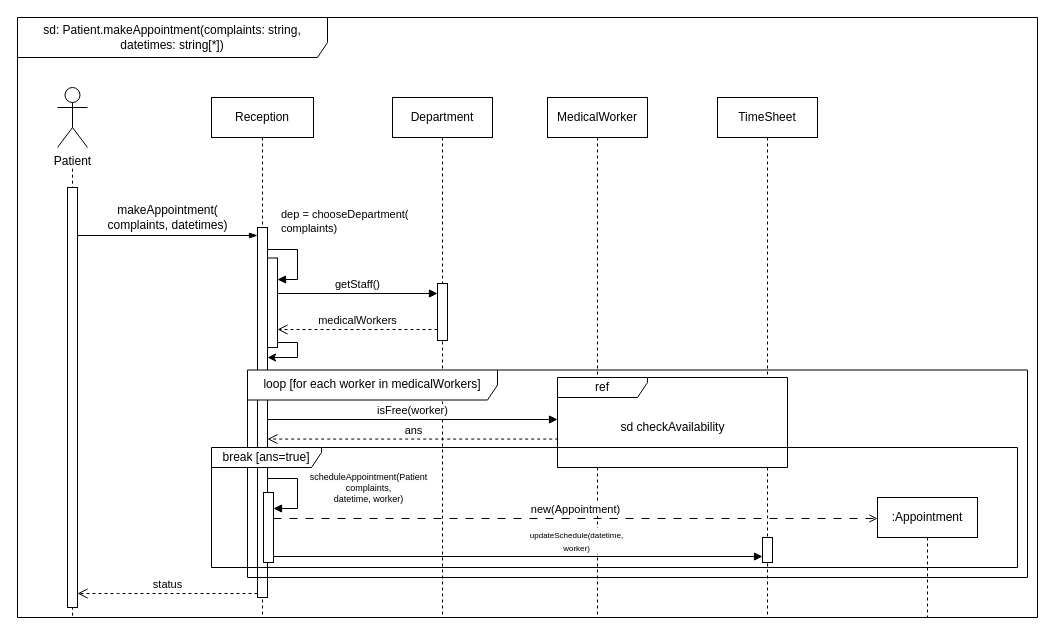
Above: page "SD1" (1 of 3) of lab2/.drawio/SD.drawio in nedeadinside/oaoaoaoaoaoaoaoa (draw.io), before the change. Source tidied: cells renumbered, new cells numbered last; positions are measured from the earlier drawing's top-left corner, leaving out a move shared by most shapes. Both pictures are drawn from the tidied source at 100%, with x=0, y=0 at pixel (17, 17).
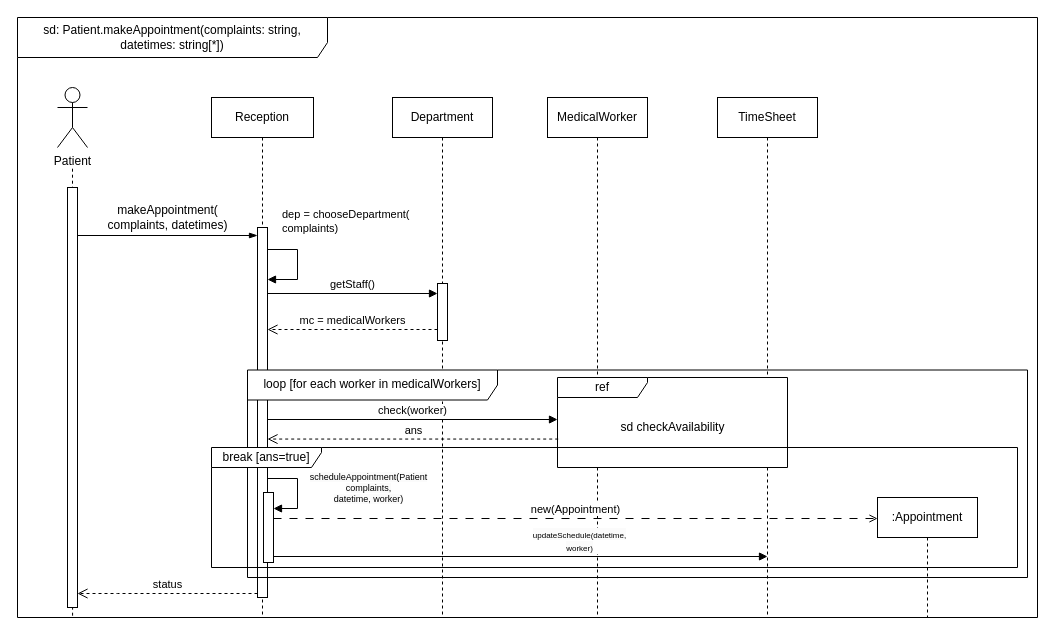
After the change.

Unchanged cells that the change refers to:
```xml
<mxCell id="4" value="TimeSheet" style="shape=umlLifeline;perimeter=lifelinePerimeter;whiteSpace=wrap;html=1;newEdgeStyle={&quot;curved&quot;:0,&quot;rounded&quot;:0};" parent="1" vertex="1">
  <mxGeometry x="700" y="80" width="100" height="520" as="geometry" />
</mxCell>
<mxCell id="12" style="html=1;points=[[0,0,0,0,5],[0,1,0,0,-5],[1,0,0,0,5],[1,1,0,0,-5]];perimeter=orthogonalPerimeter;outlineConnect=0;targetShapes=umlLifeline;portConstraint=eastwest;newEdgeStyle={&quot;curved&quot;:0,&quot;rounded&quot;:0};" parent="1" vertex="1">
  <mxGeometry x="240" y="210" width="10" height="370" as="geometry" />
</mxCell>
```

What changed in the source:
```diff
@@
-    <mxCell id="5" style="html=1;perimeter=orthogonalPerimeter;targetShapes=umlLifeline;newEdgeStyle={&quot;curved&quot;:0,&quot;rounded&quot;:0};" parent="4" vertex="1">
-      <mxGeometry x="45" y="440" width="10" height="25" as="geometry" />
-    </mxCell>
@@
-    <mxCell id="15" style="edgeStyle=orthogonalEdgeStyle;rounded=0;jettySize=auto;html=1;curved=0;exitX=1;exitY=1;exitDx=0;exitDy=-5;exitPerimeter=0;" parent="1" edge="1" source="16" target="12">
-      <mxGeometry relative="1" as="geometry">
-        <Array as="points">
-          <mxPoint x="280" y="325" />
-          <mxPoint x="280" y="340" />
-        </Array>
-      </mxGeometry>
-    </mxCell>
-    <mxCell id="16" style="html=1;points=[[0,0,0,0,5],[0,1,0,0,-5],[1,0,0,0,5],[1,1,0,0,-5]];perimeter=orthogonalPerimeter;outlineConnect=0;targetShapes=umlLifeline;portConstraint=eastwest;newEdgeStyle={&quot;curved&quot;:0,&quot;rounded&quot;:0};" parent="1" vertex="1">
-      <mxGeometry x="250" y="240.5" width="10" height="89.5" as="geometry" />
-    </mxCell>
-    <mxCell id="17" value="dep = chooseDepartment(&lt;div&gt;complaints)&lt;/div&gt;" style="html=1;align=left;spacingLeft=2;endArrow=block;rounded=0;edgeStyle=orthogonalEdgeStyle;curved=0;rounded=0;" parent="1" edge="1" target="16">
+    <mxCell id="17" value="dep = chooseDepartment(&lt;div&gt;complaints)&lt;/div&gt;" style="html=1;align=left;spacingLeft=2;endArrow=block;rounded=0;edgeStyle=orthogonalEdgeStyle;curved=0;rounded=0;" parent="1" edge="1" target="12">
       <mxGeometry x="-0.76" y="28" relative="1" as="geometry">
         <mxPoint x="250" y="232" as="sourcePoint" />
         <Array as="points">
           <mxPoint x="280" y="232" />
           <mxPoint x="280" y="262" />
         </Array>
       </mxGeometry>
     </mxCell>
-    <mxCell id="18" value="getStaff()" style="html=1;verticalAlign=bottom;endArrow=block;curved=0;rounded=0;" parent="1" edge="1">
+    <mxCell id="18" value="getStaff()" style="html=1;verticalAlign=bottom;endArrow=block;curved=0;rounded=0;" parent="1" edge="1" source="12">
       <mxGeometry relative="1" as="geometry">
-        <mxPoint x="260" y="276" as="sourcePoint" />
         <mxPoint x="420" y="276" as="targetPoint" />
       </mxGeometry>
     </mxCell>
-    <mxCell id="19" value="medicalWorkers" style="html=1;verticalAlign=bottom;endArrow=open;dashed=1;endSize=8;curved=0;rounded=0;" parent="1" edge="1">
+    <mxCell id="19" value="mc = medicalWorkers" style="html=1;verticalAlign=bottom;endArrow=open;dashed=1;endSize=8;curved=0;rounded=0;" parent="1" edge="1" target="12">
       <mxGeometry relative="1" as="geometry">
         <mxPoint x="420" y="312" as="sourcePoint" />
-        <mxPoint x="260" y="312" as="targetPoint" />
       </mxGeometry>
     </mxCell>
@@
-    <mxCell id="24" value="isFree(worker)" style="html=1;verticalAlign=bottom;endArrow=block;curved=0;rounded=0;" parent="1" edge="1">
+    <mxCell id="24" value="check(worker)" style="html=1;verticalAlign=bottom;endArrow=block;curved=0;rounded=0;" parent="1" edge="1">
       <mxGeometry relative="1" as="geometry">
         <mxPoint x="250" y="402" as="sourcePoint" />
         <mxPoint x="540" y="402" as="targetPoint" />
       </mxGeometry>
     </mxCell>
@@
     <mxCell id="30" value="&lt;span style=&quot;text-align: left; text-wrap-mode: wrap; background-color: rgb(251, 251, 251);&quot;&gt;&lt;font style=&quot;font-size: 8px;&quot;&gt;updateSchedule(datetime, worker)&lt;/font&gt;&lt;/span&gt;" style="html=1;verticalAlign=bottom;endArrow=block;curved=0;rounded=0;" parent="1" edge="1">
       <mxGeometry x="0.24" relative="1" as="geometry">
         <mxPoint x="256" y="539" as="sourcePoint" />
-        <mxPoint x="745" y="539" as="targetPoint" />
+        <mxPoint x="750" y="539" as="targetPoint" />
       </mxGeometry>
     </mxCell>
```
